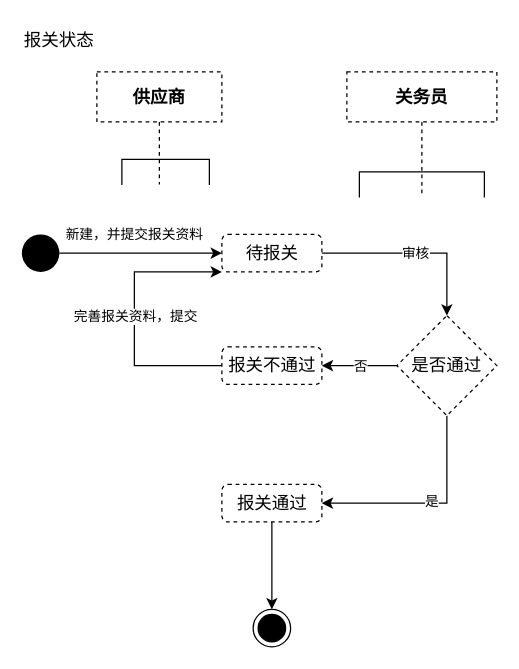
Above: page "报关资料状态" (6 of 8) of wbooking docs/进区预约系统.drawio in sxc-one/e-conitl (draw.io), before the change. Source tidied: cells renumbered, new cells numbered last; positions are measured from the earlier drawing's top-left corner, leaving out a move shared by most shapes. Both pictures are drawn from the tidied source at 125%, with x=0, y=0 at pixel (21, 21).
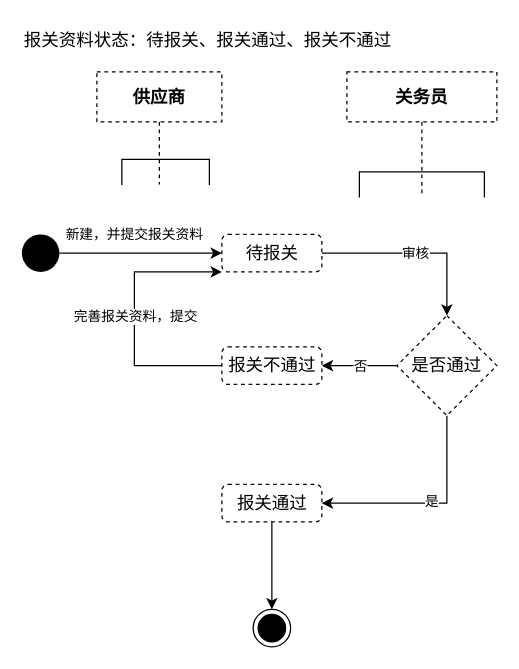
The same page after the edit.

Change to the diagram source:
```diff
@@
-    <mxCell id="19" value="&lt;span style=&quot;color: rgb(0 , 0 , 0) ; font-family: &amp;#34;helvetica&amp;#34; ; font-size: 14px ; font-style: normal ; font-weight: 400 ; letter-spacing: normal ; text-align: center ; text-indent: 0px ; text-transform: none ; word-spacing: 0px ; background-color: rgb(255 , 255 , 255) ; display: inline ; float: none&quot;&gt;报关状态&lt;/span&gt;" style="text;whiteSpace=wrap;html=1;" parent="1" vertex="1">
-      <mxGeometry width="150" height="30" as="geometry" />
+    <mxCell id="19" value="&lt;span style=&quot;color: rgb(0 , 0 , 0) ; font-family: &amp;#34;helvetica&amp;#34; ; font-size: 14px ; font-style: normal ; font-weight: 400 ; letter-spacing: normal ; text-align: center ; text-indent: 0px ; text-transform: none ; word-spacing: 0px ; background-color: rgb(255 , 255 , 255) ; display: inline ; float: none&quot;&gt;报关资料状态：待报关、报关通过、报关不通过&lt;/span&gt;" style="text;whiteSpace=wrap;html=1;" parent="1" vertex="1">
+      <mxGeometry width="320" height="30" as="geometry" />
     </mxCell>
```
